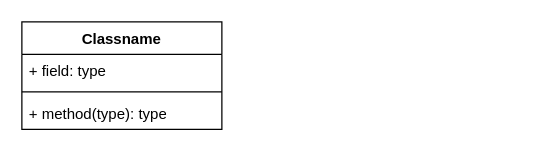
The draw.io diagram module_13/lab13.drawio in Styans/design_patterns_su, before the edit. Source tidied: cells renumbered, new cells numbered last; positions are measured from the earlier drawing's top-left corner, leaving out a move shared by most shapes. Both pictures are drawn from the tidied source at 125%, with x=0, y=0 at pixel (21, 21).
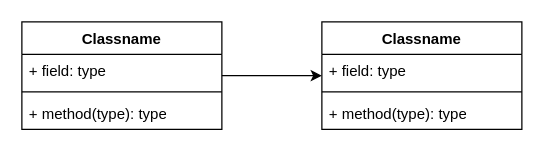
Above is the later version.

Change to the diagram source:
```diff
@@
 <mxGraphModel>
   <root>
     <mxCell id="0" />
     <mxCell id="1" parent="0" />
+    <mxCell id="6" style="edgeStyle=orthogonalEdgeStyle;rounded=0;jettySize=auto;html=1;" parent="1" edge="1" source="2" target="7">
+      <mxGeometry relative="1" as="geometry" />
+    </mxCell>
     <mxCell id="2" value="Classname" style="swimlane;fontStyle=1;align=center;verticalAlign=top;horizontal=1;startSize=26;whiteSpace=wrap;html=1;" parent="1" vertex="1">
       <mxGeometry width="160" height="86" as="geometry" />
     </mxCell>
     <mxCell id="3" value="+ field: type" style="text;strokeColor=none;fillColor=none;align=left;verticalAlign=top;spacingLeft=4;spacingRight=4;overflow=hidden;whiteSpace=wrap;html=1;" parent="2" vertex="1">
       <mxGeometry y="26" width="160" height="26" as="geometry" />
     </mxCell>
     <mxCell id="4" style="line;strokeWidth=1;fillColor=none;align=left;verticalAlign=middle;spacingTop=-1;spacingLeft=3;spacingRight=3;labelPosition=right;strokeColor=inherit;" parent="2" vertex="1">
       <mxGeometry y="52" width="160" height="8" as="geometry" />
     </mxCell>
     <mxCell id="5" value="+ method(type): type" style="text;strokeColor=none;fillColor=none;align=left;verticalAlign=top;spacingLeft=4;spacingRight=4;overflow=hidden;whiteSpace=wrap;html=1;" parent="2" vertex="1">
       <mxGeometry y="60" width="160" height="26" as="geometry" />
     </mxCell>
+    <mxCell id="7" value="Classname" style="swimlane;fontStyle=1;align=center;verticalAlign=top;horizontal=1;startSize=26;whiteSpace=wrap;html=1;" parent="1" vertex="1">
+      <mxGeometry x="240" width="160" height="86" as="geometry" />
+    </mxCell>
+    <mxCell id="8" value="+ field: type" style="text;strokeColor=none;fillColor=none;align=left;verticalAlign=top;spacingLeft=4;spacingRight=4;overflow=hidden;whiteSpace=wrap;html=1;" parent="7" vertex="1">
+      <mxGeometry y="26" width="160" height="26" as="geometry" />
+    </mxCell>
+    <mxCell id="9" style="line;strokeWidth=1;fillColor=none;align=left;verticalAlign=middle;spacingTop=-1;spacingLeft=3;spacingRight=3;labelPosition=right;strokeColor=inherit;" parent="7" vertex="1">
+      <mxGeometry y="52" width="160" height="8" as="geometry" />
+    </mxCell>
+    <mxCell id="10" value="+ method(type): type" style="text;strokeColor=none;fillColor=none;align=left;verticalAlign=top;spacingLeft=4;spacingRight=4;overflow=hidden;whiteSpace=wrap;html=1;" parent="7" vertex="1">
+      <mxGeometry y="60" width="160" height="26" as="geometry" />
+    </mxCell>
   </root>
 </mxGraphModel>
```
